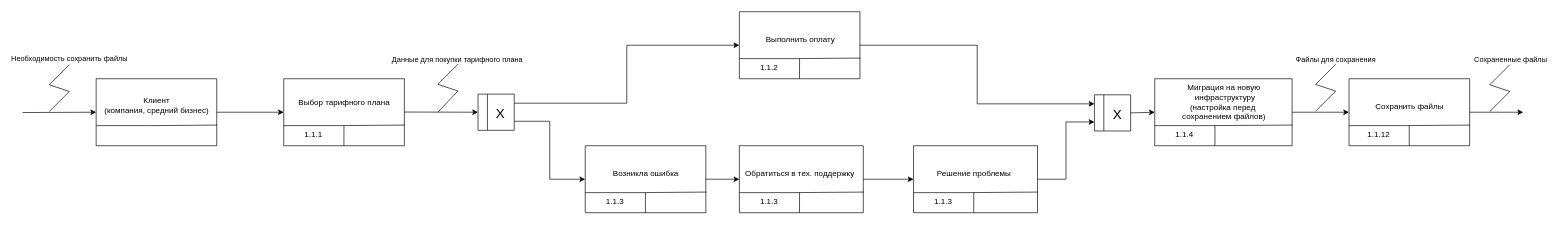
Before: bp-idef3.drawio in Yakser/drawio-diagrams, a draw.io diagram. Source tidied: cells renumbered, new cells numbered last; positions are measured from the earlier drawing's top-left corner, leaving out a move shared by most shapes. Both pictures are drawn from the tidied source at 67%, with x=0, y=0 at pixel (22, 11).
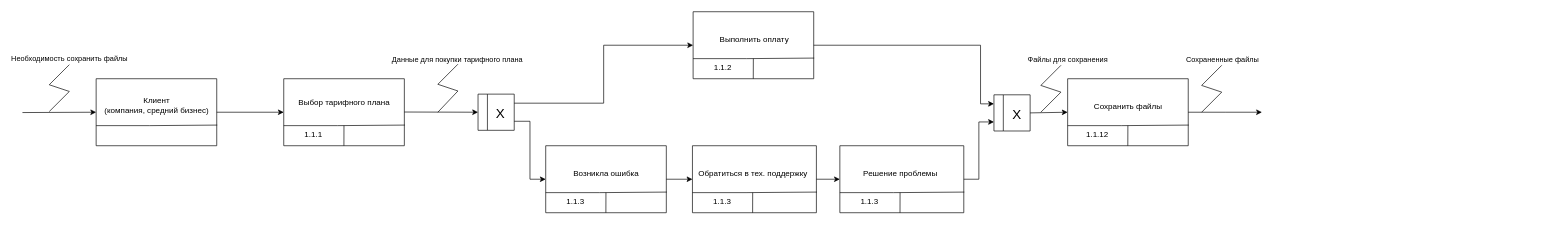
The same page after the edit.

Unchanged cells that the change refers to:
```xml
<mxCell id="64" style="endArrow=none;html=1;rounded=0;" parent="1" edge="1">
  <mxGeometry relative="1" as="geometry">
    <mxPoint x="40" y="109" as="sourcePoint" />
    <mxPoint x="70" y="79" as="targetPoint" />
  </mxGeometry>
</mxCell>
```

Change to the diagram source:
```diff
@@
-    <mxCell id="7" style="endArrow=none;html=1;rounded=0;" parent="1" edge="1">
-      <mxGeometry relative="1" as="geometry">
-        <mxPoint x="1930" y="148.5" as="sourcePoint" />
-        <mxPoint x="1960" y="118.5" as="targetPoint" />
-      </mxGeometry>
-    </mxCell>
-    <mxCell id="8" style="endArrow=none;html=1;rounded=0;" parent="1" edge="1">
-      <mxGeometry relative="1" as="geometry">
-        <mxPoint x="1930" y="108.5" as="sourcePoint" />
-        <mxPoint x="1960" y="78.5" as="targetPoint" />
-      </mxGeometry>
-    </mxCell>
-    <mxCell id="9" style="endArrow=none;html=1;rounded=0;" parent="1" edge="1">
-      <mxGeometry relative="1" as="geometry">
-        <mxPoint x="1960" y="118.5" as="sourcePoint" />
-        <mxPoint x="1930" y="108.5" as="targetPoint" />
-      </mxGeometry>
-    </mxCell>
@@
     <mxCell id="20" style="swimlane;startSize=0;" parent="1" vertex="1">
-      <mxGeometry x="1070" width="180" height="100" as="geometry" />
+      <mxGeometry x="1001" width="180" height="100" as="geometry" />
     </mxCell>
@@
     <mxCell id="27" style="swimlane;startSize=0;" parent="1" vertex="1">
-      <mxGeometry x="840" y="200" width="180" height="100" as="geometry" />
+      <mxGeometry x="781" y="200" width="180" height="100" as="geometry" />
     </mxCell>
@@
     <mxCell id="32" style="swimlane;horizontal=0;whiteSpace=wrap;html=1;startSize=14;" parent="1" vertex="1">
-      <mxGeometry x="1600" y="124" width="54" height="54" as="geometry" />
+      <mxGeometry x="1450" y="124" width="54" height="54" as="geometry" />
     </mxCell>
@@
     <mxCell id="34" style="edgeStyle=orthogonalEdgeStyle;rounded=0;jettySize=auto;html=1;entryX=0;entryY=0.25;entryDx=0;entryDy=0;exitX=1;exitY=0.5;exitDx=0;exitDy=0;" parent="1" edge="1" source="20" target="32">
-      <mxGeometry relative="1" as="geometry" />
+      <mxGeometry relative="1" as="geometry">
+        <Array as="points">
+          <mxPoint x="1430" y="50" />
+          <mxPoint x="1430" y="138" />
+        </Array>
+      </mxGeometry>
     </mxCell>
@@
-    <mxCell id="38" style="endArrow=classic;html=1;rounded=0;entryX=0;entryY=0.5;entryDx=0;entryDy=0;exitX=1;exitY=0.5;exitDx=0;exitDy=0;" parent="1" edge="1" source="32" target="39">
+    <mxCell id="38" style="endArrow=classic;html=1;rounded=0;entryX=0;entryY=0.5;entryDx=0;entryDy=0;exitX=1;exitY=0.5;exitDx=0;exitDy=0;" parent="1" edge="1" source="32" target="46">
       <mxGeometry relative="1" as="geometry" />
     </mxCell>
-    <mxCell id="39" style="swimlane;startSize=0;" parent="1" vertex="1">
-      <mxGeometry x="1690" y="100" width="205" height="100" as="geometry" />
-    </mxCell>
-    <mxCell id="40" style="endArrow=none;html=1;rounded=0;exitX=0.31;exitY=0.998;exitDx=0;exitDy=0;exitPerimeter=0;" parent="39" edge="1">
-      <mxGeometry relative="1" as="geometry">
-        <mxPoint x="89.8" y="100" as="sourcePoint" />
-        <mxPoint x="89.9" y="70" as="targetPoint" />
-      </mxGeometry>
-    </mxCell>
-    <mxCell id="41" style="endArrow=none;html=1;rounded=0;entryX=1.004;entryY=0.692;entryDx=0;entryDy=0;exitX=0;exitY=0.75;exitDx=0;exitDy=0;elbow=vertical;entryPerimeter=0;" parent="39" edge="1" target="39">
-      <mxGeometry relative="1" as="geometry">
-        <mxPoint y="70" as="sourcePoint" />
-        <Array as="points">
-          <mxPoint x="80" y="70" />
-        </Array>
-      </mxGeometry>
-    </mxCell>
-    <mxCell id="42" value="1.1.4" style="text;html=1;align=center;verticalAlign=middle;strokeColor=none;fillColor=none;" parent="39" vertex="1">
-      <mxGeometry x="19" y="69" width="50" height="30" as="geometry" />
-    </mxCell>
-    <mxCell id="43" value="Миграция на новую&lt;div&gt;&amp;nbsp;инфраструктуру&lt;/div&gt;&lt;div&gt;(настройка перед&amp;nbsp;&lt;/div&gt;&lt;div&gt;сохранением файлов)&lt;/div&gt;" style="text;html=1;align=center;verticalAlign=middle;strokeColor=none;fillColor=none;" parent="39" vertex="1">
-      <mxGeometry x="27.5" width="150" height="70" as="geometry" />
-    </mxCell>
-    <mxCell id="44" style="endArrow=classic;html=1;rounded=0;exitX=1;exitY=0.5;exitDx=0;exitDy=0;entryX=0;entryY=0.5;entryDx=0;entryDy=0;" parent="1" edge="1" source="39" target="46">
-      <mxGeometry relative="1" as="geometry" />
-    </mxCell>
     <mxCell id="45" style="edgeStyle=orthogonalEdgeStyle;rounded=0;jettySize=auto;html=1;exitX=1;exitY=0.5;exitDx=0;exitDy=0;" parent="1" edge="1" source="46">
       <mxGeometry relative="1" as="geometry">
-        <mxPoint x="2240" y="150" as="targetPoint" />
+        <mxPoint x="1850" y="150" as="targetPoint" />
       </mxGeometry>
     </mxCell>
     <mxCell id="46" style="swimlane;startSize=0;" parent="1" vertex="1">
-      <mxGeometry x="1980" y="100" width="180" height="100" as="geometry" />
+      <mxGeometry x="1560" y="100" width="180" height="100" as="geometry" />
     </mxCell>
@@
     <mxCell id="51" style="swimlane;startSize=0;" parent="1" vertex="1">
-      <mxGeometry x="1330" y="200" width="185" height="100" as="geometry" />
+      <mxGeometry x="1220" y="200" width="185" height="100" as="geometry" />
     </mxCell>
@@
     <mxCell id="56" style="swimlane;startSize=0;" parent="1" vertex="1">
-      <mxGeometry x="1070" y="200" width="185" height="100" as="geometry" />
+      <mxGeometry x="1000" y="200" width="185" height="100" as="geometry" />
     </mxCell>
@@
     <mxCell id="66" value="Файлы для сохранения" style="edgeLabel;html=1;align=center;verticalAlign=middle;" parent="64" vertex="1">
       <mxGeometry x="0.62" y="-1" relative="1" as="geometry">
-        <mxPoint x="1895" y="-15" as="offset" />
+        <mxPoint x="1495" y="-15" as="offset" />
       </mxGeometry>
     </mxCell>
@@
+    <mxCell id="71" value="Сохраненные файлы" style="edgeLabel;html=1;align=center;verticalAlign=middle;" parent="1" vertex="1">
+      <mxGeometry x="1790" y="70.9" as="geometry" />
+    </mxCell>
+    <mxCell id="72" style="group;" parent="1" vertex="1">
+      <mxGeometry x="1520" y="80" width="30" height="70" as="geometry" />
+    </mxCell>
-    <mxCell id="68" style="endArrow=none;html=1;rounded=0;" parent="1" edge="1">
+    <mxCell id="68" style="endArrow=none;html=1;rounded=0;" parent="72" edge="1">
       <mxGeometry relative="1" as="geometry">
-        <mxPoint x="2190" y="149" as="sourcePoint" />
-        <mxPoint x="2220" y="119" as="targetPoint" />
+        <mxPoint y="70" as="sourcePoint" />
+        <mxPoint x="30" y="40" as="targetPoint" />
       </mxGeometry>
     </mxCell>
-    <mxCell id="69" style="endArrow=none;html=1;rounded=0;" parent="1" edge="1">
+    <mxCell id="69" style="endArrow=none;html=1;rounded=0;" parent="72" edge="1">
       <mxGeometry relative="1" as="geometry">
-        <mxPoint x="2190" y="109" as="sourcePoint" />
-        <mxPoint x="2220" y="79" as="targetPoint" />
+        <mxPoint y="30" as="sourcePoint" />
+        <mxPoint x="30" as="targetPoint" />
       </mxGeometry>
     </mxCell>
-    <mxCell id="70" style="endArrow=none;html=1;rounded=0;" parent="1" edge="1">
+    <mxCell id="70" style="endArrow=none;html=1;rounded=0;" parent="72" edge="1">
       <mxGeometry relative="1" as="geometry">
-        <mxPoint x="2220" y="119" as="sourcePoint" />
-        <mxPoint x="2190" y="109" as="targetPoint" />
+        <mxPoint x="30" y="40" as="sourcePoint" />
+        <mxPoint y="30" as="targetPoint" />
       </mxGeometry>
     </mxCell>
-    <mxCell id="71" value="Сохраненные файлы" style="edgeLabel;html=1;align=center;verticalAlign=middle;" parent="1" vertex="1">
-      <mxGeometry x="2220" y="70.9" as="geometry" />
-    </mxCell>
+    <mxCell id="73" style="group;" parent="1" vertex="1">
+      <mxGeometry x="1760" y="80" width="30" height="70" as="geometry" />
+    </mxCell>
+    <mxCell id="74" style="endArrow=none;html=1;rounded=0;" parent="73" edge="1">
+      <mxGeometry relative="1" as="geometry">
+        <mxPoint y="70" as="sourcePoint" />
+        <mxPoint x="30" y="40" as="targetPoint" />
+      </mxGeometry>
+    </mxCell>
+    <mxCell id="75" style="endArrow=none;html=1;rounded=0;" parent="73" edge="1">
+      <mxGeometry relative="1" as="geometry">
+        <mxPoint y="30" as="sourcePoint" />
+        <mxPoint x="30" as="targetPoint" />
+      </mxGeometry>
+    </mxCell>
+    <mxCell id="76" style="endArrow=none;html=1;rounded=0;" parent="73" edge="1">
+      <mxGeometry relative="1" as="geometry">
+        <mxPoint x="30" y="40" as="sourcePoint" />
+        <mxPoint y="30" as="targetPoint" />
+      </mxGeometry>
+    </mxCell>
```
